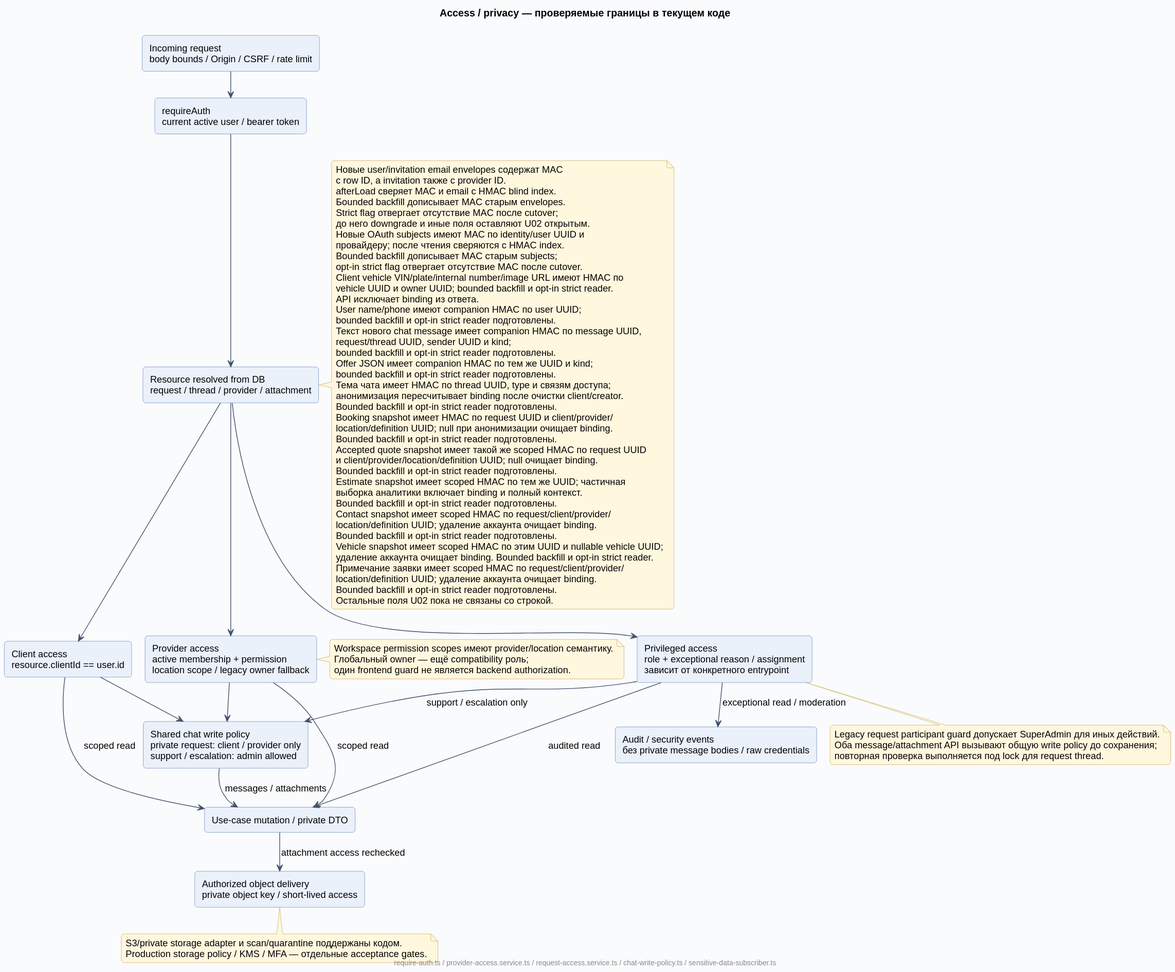
Earlier version of the PlantUML export docs/diagrams/rendered/09-access-privacy.svg (Dima163163/auto-care-hub).
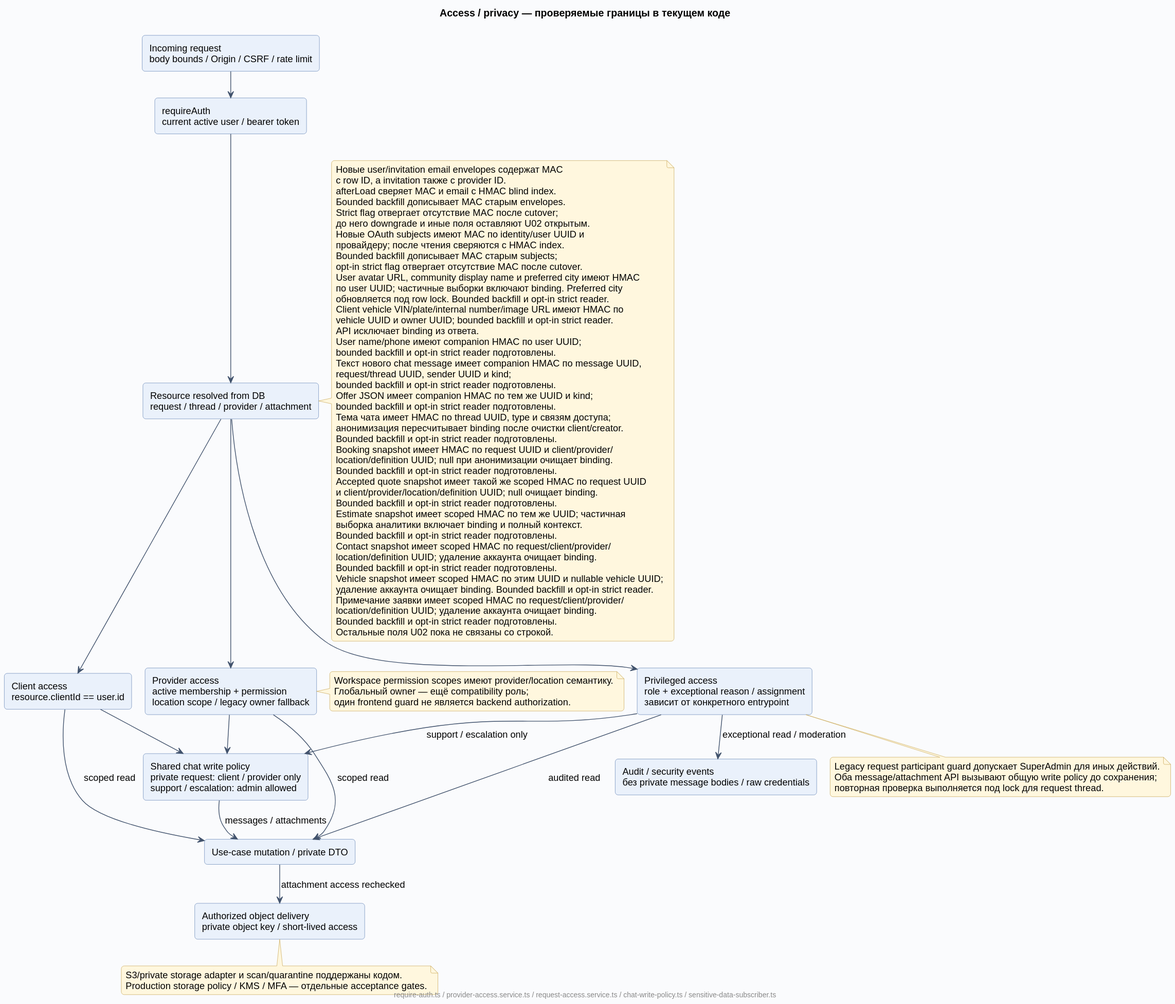
Above is the later version.

Diff of the diagram source:
```diff
@@ -42,6 +42,9 @@
   провайдеру; после чтения сверяются с HMAC index.
   Bounded backfill дописывает MAC старым subjects;
   opt-in strict flag отвергает отсутствие MAC после cutover.
+  User avatar URL, community display name и preferred city имеют HMAC
+  по user UUID; частичные выборки включают binding. Preferred city
+  обновляется под row lock. Bounded backfill и opt-in strict reader.
   Client vehicle VIN/plate/internal number/image URL имеют HMAC по
   vehicle UUID и owner UUID; bounded backfill и opt-in strict reader.
   API исключает binding из ответа.
```
